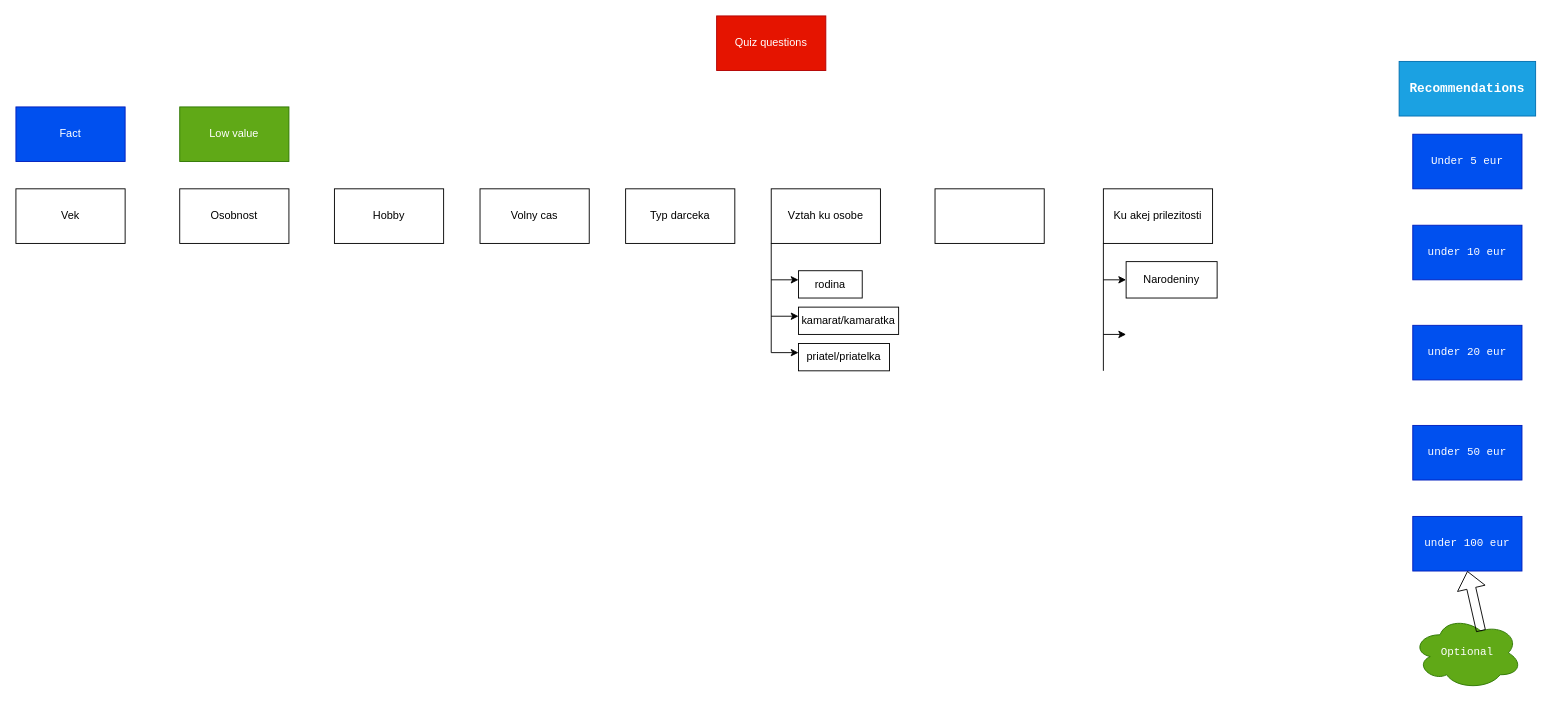
Earlier version of the draw.io diagram quiz-model.drawio (smravec/presents-finder). Source tidied: cells renumbered, new cells numbered last; positions are measured from the earlier drawing's top-left corner, leaving out a move shared by most shapes. Both pictures are drawn from the tidied source at 91%, with x=0, y=0 at pixel (15, 15).
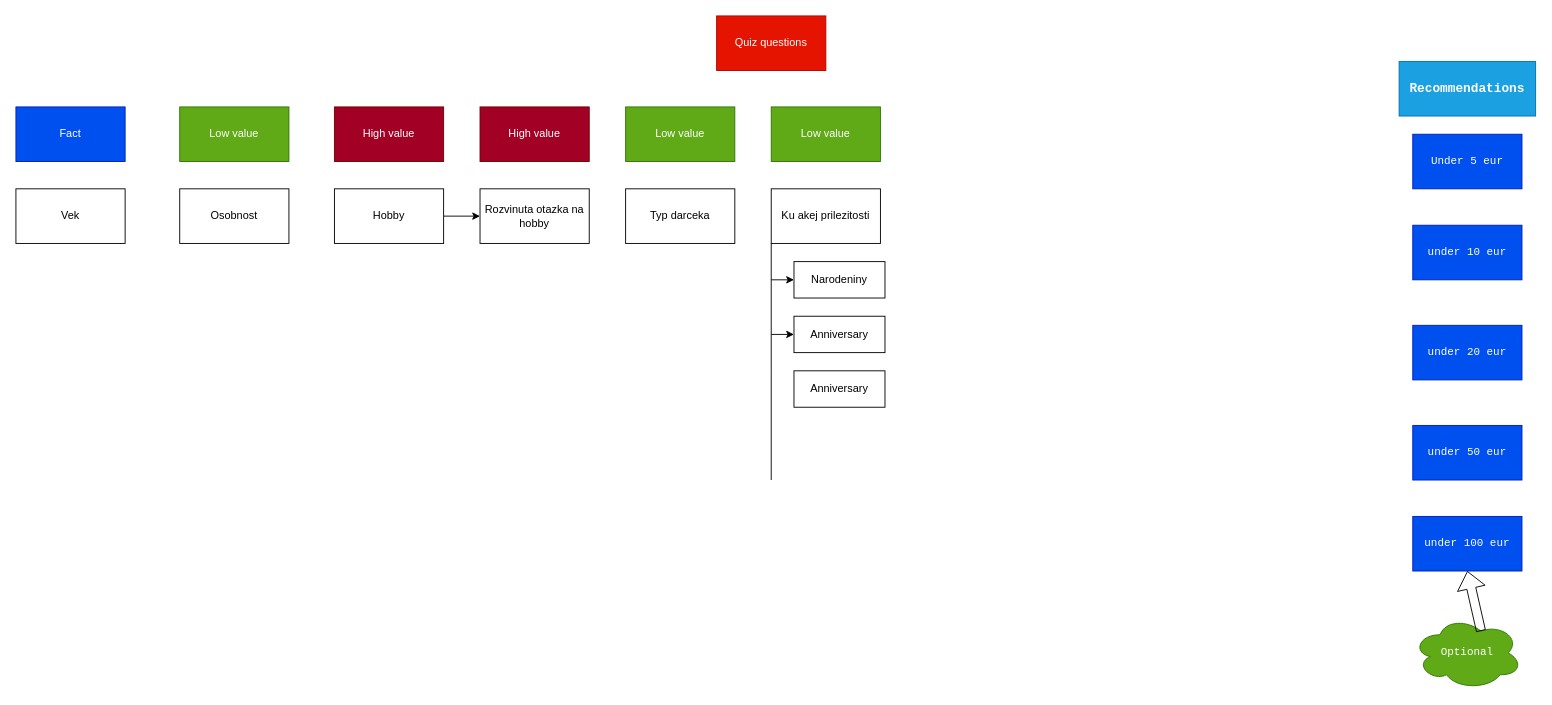
The same page after the edit.

Commit message (it also covers changes not shown here):
valued quiz cats

The change refers to these unchanged cells:
```xml
<mxCell id="13" value="Hobby" style="rounded=0;whiteSpace=wrap;html=1;fontFamily=Helvetica;" parent="1" vertex="1">
  <mxGeometry x="350" y="190" width="120" height="60" as="geometry" />
</mxCell>
```

Diff of the diagram source:
```diff
@@
-    <mxCell id="14" value="Volny cas" style="rounded=0;whiteSpace=wrap;html=1;fontFamily=Helvetica;" parent="1" vertex="1">
-      <mxGeometry x="510" y="190" width="120" height="60" as="geometry" />
-    </mxCell>
-    <mxCell id="15" value="Typ darceka" style="rounded=0;whiteSpace=wrap;html=1;fontFamily=Helvetica;" parent="1" vertex="1">
-      <mxGeometry x="670" y="190" width="120" height="60" as="geometry" />
+    <mxCell id="15" value="Rozvinuta otazka na hobby" style="rounded=0;whiteSpace=wrap;html=1;fontFamily=Helvetica;" parent="1" vertex="1">
+      <mxGeometry x="510" y="190" width="120" height="60" as="geometry" />
     </mxCell>
@@
-    <mxCell id="18" value="Vztah ku osobe" style="rounded=0;whiteSpace=wrap;html=1;fontFamily=Helvetica;" parent="1" vertex="1">
-      <mxGeometry x="830" y="190" width="120" height="60" as="geometry" />
-    </mxCell>
-    <mxCell id="19" style="rounded=0;whiteSpace=wrap;html=1;fontFamily=Helvetica;" parent="1" vertex="1">
-      <mxGeometry x="1010" y="190" width="120" height="60" as="geometry" />
-    </mxCell>
     <mxCell id="20" value="Ku akej prilezitosti" style="rounded=0;whiteSpace=wrap;html=1;fontFamily=Helvetica;" parent="1" vertex="1">
-      <mxGeometry x="1195" y="190" width="120" height="60" as="geometry" />
+      <mxGeometry x="830" y="190" width="120" height="60" as="geometry" />
     </mxCell>
-    <mxCell id="21" style="endArrow=none;html=1;fontFamily=Helvetica;exitX=0;exitY=1;exitDx=0;exitDy=0;" parent="1" edge="1" source="18">
-      <mxGeometry relative="1" as="geometry">
-        <mxPoint x="830" y="370" as="targetPoint" />
-      </mxGeometry>
-    </mxCell>
-    <mxCell id="22" style="endArrow=classic;html=1;fontFamily=Helvetica;" parent="1" edge="1">
-      <mxGeometry relative="1" as="geometry">
-        <mxPoint x="830" y="290" as="sourcePoint" />
-        <mxPoint x="860" y="290" as="targetPoint" />
-      </mxGeometry>
-    </mxCell>
-    <mxCell id="23" value="rodina" style="rounded=0;whiteSpace=wrap;html=1;fontFamily=Helvetica;" parent="1" vertex="1">
-      <mxGeometry x="860" y="280" width="70" height="30" as="geometry" />
-    </mxCell>
-    <mxCell id="24" style="endArrow=classic;html=1;fontFamily=Helvetica;" parent="1" edge="1">
-      <mxGeometry relative="1" as="geometry">
-        <mxPoint x="830" y="330" as="sourcePoint" />
-        <mxPoint x="860" y="330" as="targetPoint" />
-      </mxGeometry>
-    </mxCell>
-    <mxCell id="25" value="kamarat/kamaratka" style="rounded=0;whiteSpace=wrap;html=1;fontFamily=Helvetica;" parent="1" vertex="1">
-      <mxGeometry x="860" y="320" width="110" height="30" as="geometry" />
-    </mxCell>
-    <mxCell id="26" style="endArrow=classic;html=1;fontFamily=Helvetica;" parent="1" edge="1">
-      <mxGeometry relative="1" as="geometry">
-        <mxPoint x="830" y="370" as="sourcePoint" />
-        <mxPoint x="860" y="370" as="targetPoint" />
-      </mxGeometry>
-    </mxCell>
-    <mxCell id="27" value="priatel/priatelka" style="rounded=0;whiteSpace=wrap;html=1;fontFamily=Helvetica;" parent="1" vertex="1">
-      <mxGeometry x="860" y="360" width="100" height="30" as="geometry" />
-    </mxCell>
     <mxCell id="28" style="endArrow=none;html=1;fontFamily=Helvetica;entryX=0;entryY=1;entryDx=0;entryDy=0;" parent="1" edge="1" target="20">
       <mxGeometry relative="1" as="geometry">
-        <mxPoint x="1195" y="390" as="sourcePoint" />
+        <mxPoint x="830" y="390" as="sourcePoint" />
       </mxGeometry>
     </mxCell>
     <mxCell id="29" style="endArrow=classic;html=1;fontFamily=Helvetica;" parent="1" edge="1">
       <mxGeometry relative="1" as="geometry">
-        <mxPoint x="1195" y="290" as="sourcePoint" />
-        <mxPoint x="1220" y="290" as="targetPoint" />
+        <mxPoint x="830" y="290" as="sourcePoint" />
+        <mxPoint x="855" y="290" as="targetPoint" />
       </mxGeometry>
     </mxCell>
     <mxCell id="30" value="Narodeniny" style="rounded=0;whiteSpace=wrap;html=1;fontFamily=Helvetica;" parent="1" vertex="1">
-      <mxGeometry x="1220" y="270" width="100" height="40" as="geometry" />
+      <mxGeometry x="855" y="270" width="100" height="40" as="geometry" />
     </mxCell>
     <mxCell id="31" style="endArrow=classic;html=1;fontFamily=Helvetica;" parent="1" edge="1">
       <mxGeometry relative="1" as="geometry">
-        <mxPoint x="1195" y="350" as="sourcePoint" />
-        <mxPoint x="1220" y="350" as="targetPoint" />
+        <mxPoint x="830" y="350" as="sourcePoint" />
+        <mxPoint x="855" y="350" as="targetPoint" />
       </mxGeometry>
     </mxCell>
+    <mxCell id="32" value="Anniversary" style="rounded=0;whiteSpace=wrap;html=1;fontFamily=Helvetica;" parent="1" vertex="1">
+      <mxGeometry x="855" y="330" width="100" height="40" as="geometry" />
+    </mxCell>
+    <mxCell id="33" value="Anniversary" style="rounded=0;whiteSpace=wrap;html=1;fontFamily=Helvetica;" parent="1" vertex="1">
+      <mxGeometry x="855" y="390" width="100" height="40" as="geometry" />
+    </mxCell>
+    <mxCell id="34" style="endArrow=none;html=1;fontFamily=Helvetica;" parent="1" edge="1">
+      <mxGeometry relative="1" as="geometry">
+        <mxPoint x="830" y="510" as="sourcePoint" />
+        <mxPoint x="830" y="390" as="targetPoint" />
+      </mxGeometry>
+    </mxCell>
+    <mxCell id="35" value="Typ darceka" style="rounded=0;whiteSpace=wrap;html=1;fontFamily=Helvetica;" parent="1" vertex="1">
+      <mxGeometry x="670" y="190" width="120" height="60" as="geometry" />
+    </mxCell>
+    <mxCell id="36" style="endArrow=classic;html=1;fontFamily=Helvetica;exitX=1;exitY=0.5;exitDx=0;exitDy=0;entryX=0;entryY=0.5;entryDx=0;entryDy=0;" parent="1" edge="1" source="13" target="15">
+      <mxGeometry relative="1" as="geometry" />
+    </mxCell>
+    <mxCell id="37" value="Low value" style="rounded=0;whiteSpace=wrap;html=1;fontFamily=Helvetica;fillColor=#60a917;fontColor=#ffffff;strokeColor=#2D7600;" parent="1" vertex="1">
+      <mxGeometry x="830" y="100" width="120" height="60" as="geometry" />
+    </mxCell>
+    <mxCell id="38" value="Low value" style="rounded=0;whiteSpace=wrap;html=1;fontFamily=Helvetica;fillColor=#60a917;fontColor=#ffffff;strokeColor=#2D7600;" parent="1" vertex="1">
+      <mxGeometry x="670" y="100" width="120" height="60" as="geometry" />
+    </mxCell>
+    <mxCell id="39" value="High value" style="rounded=0;whiteSpace=wrap;html=1;fontFamily=Helvetica;fillColor=#a20025;fontColor=#ffffff;strokeColor=#6F0000;" parent="1" vertex="1">
+      <mxGeometry x="350" y="100" width="120" height="60" as="geometry" />
+    </mxCell>
+    <mxCell id="40" value="High value" style="rounded=0;whiteSpace=wrap;html=1;fontFamily=Helvetica;fillColor=#a20025;fontColor=#ffffff;strokeColor=#6F0000;" parent="1" vertex="1">
+      <mxGeometry x="510" y="100" width="120" height="60" as="geometry" />
+    </mxCell>
```
